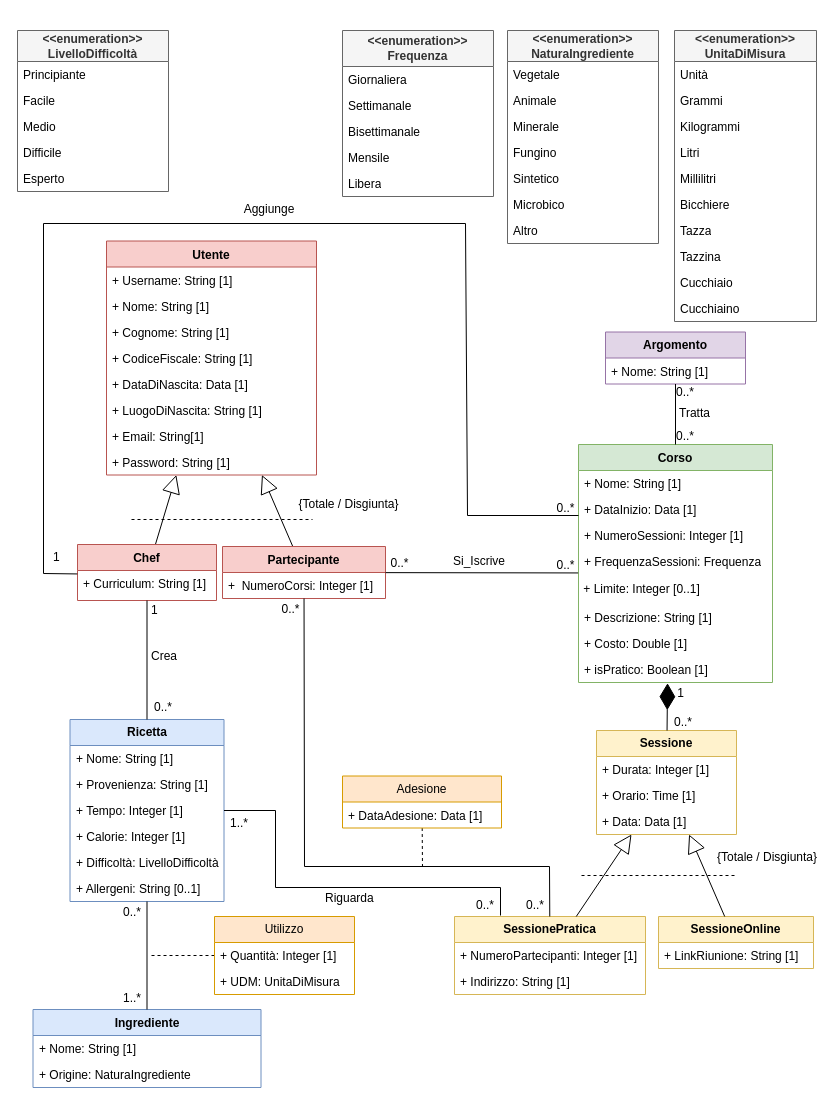
kiyx/UninaFoodLab keeps this draw.io diagram as page "Pagina-1" (1 of 2) of Database/tmp concettuale/UninaFoodLab_UML.drawio. Above is the earlier version. Source tidied: cells renumbered, new cells numbered last; positions are measured from the earlier drawing's top-left corner, leaving out a move shared by most shapes. Both pictures are drawn from the tidied source at 100%, with x=0, y=0 at pixel (17, 30).
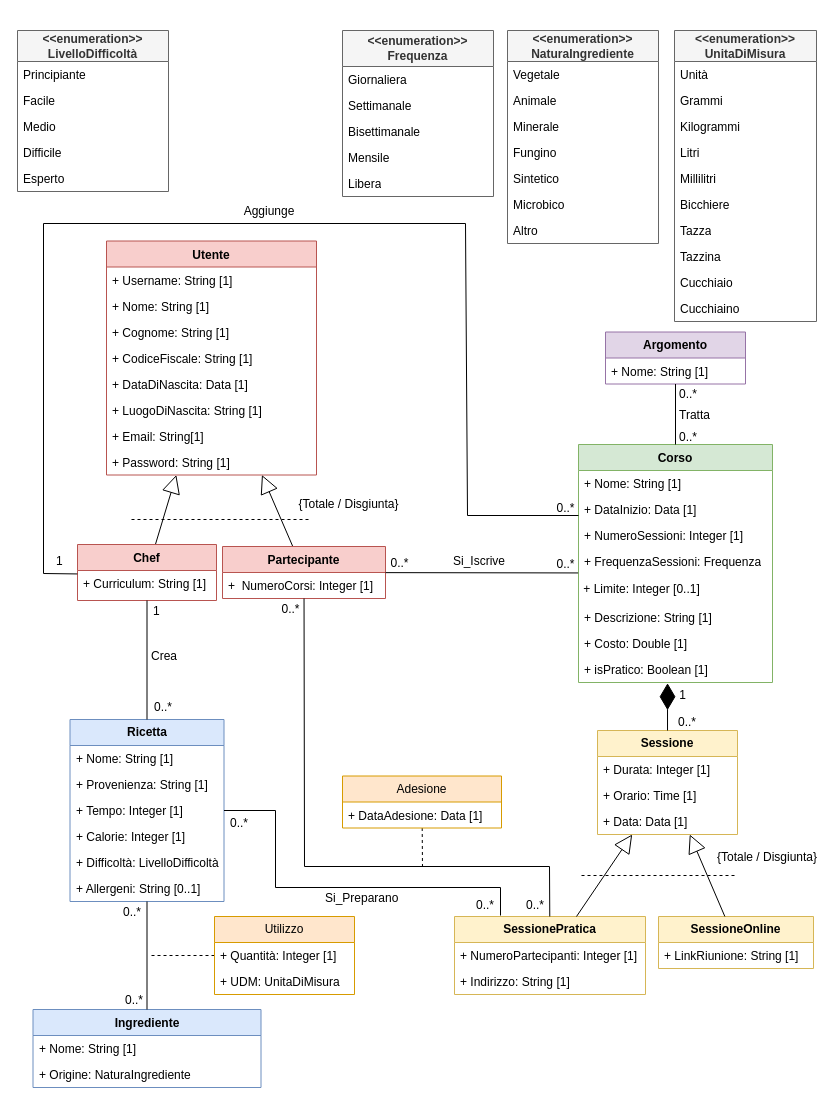
The same page after the edit.

Diff of the diagram source:
```diff
@@
     <mxCell id="22" value="&lt;b&gt;Sessione&lt;/b&gt;" style="swimlane;fontStyle=0;horizontal=1;startSize=26;whiteSpace=wrap;html=1;fillColor=#fff2cc;strokeColor=#d6b656;" parent="1" vertex="1">
-      <mxGeometry x="579" y="700" width="140" height="104" as="geometry" />
+      <mxGeometry x="580" y="700" width="140" height="104" as="geometry" />
     </mxCell>
@@
     <mxCell id="48" style="endArrow=none;dashed=1;html=1;rounded=0;" parent="1" edge="1">
       <mxGeometry relative="1" as="geometry">
         <mxPoint x="114" y="489" as="sourcePoint" />
-        <mxPoint x="295" y="489" as="targetPoint" />
+        <mxPoint x="293" y="489" as="targetPoint" />
       </mxGeometry>
     </mxCell>
@@
     <mxCell id="59" value="0..*" style="edgeLabel;html=1;align=left;verticalAlign=bottom;fontSize=12;" parent="1" vertex="1">
-      <mxGeometry x="655" y="700" as="geometry" />
+      <mxGeometry x="659" y="700" as="geometry" />
     </mxCell>
@@
-    <mxCell id="69" value="1..*" style="edgeLabel;html=1;align=right;verticalAlign=bottom;fontSize=12;" parent="1" vertex="1">
-      <mxGeometry x="124" y="976" as="geometry" />
+    <mxCell id="69" value="0..*" style="edgeLabel;html=1;align=right;verticalAlign=bottom;fontSize=12;" parent="1" vertex="1">
+      <mxGeometry x="126" y="978" as="geometry" />
     </mxCell>
-    <mxCell id="70" value="1..*" style="edgeLabel;html=1;align=right;verticalAlign=bottom;fontSize=12;" parent="1" vertex="1">
+    <mxCell id="70" value="0..*" style="edgeLabel;html=1;align=right;verticalAlign=bottom;fontSize=12;" parent="1" vertex="1">
       <mxGeometry x="313" y="783" as="geometry">
         <mxPoint x="-82" y="18" as="offset" />
       </mxGeometry>
     </mxCell>
@@
     <mxCell id="72" value="Tratta" style="text;html=1;align=center;verticalAlign=middle;strokeColor=none;fillColor=none;" parent="1" vertex="1">
-      <mxGeometry x="652" y="370" width="49" height="26" as="geometry" />
+      <mxGeometry x="652" y="372" width="49" height="26" as="geometry" />
     </mxCell>
@@
     <mxCell id="75" value="1" style="edgeLabel;html=1;align=left;verticalAlign=bottom;fontSize=12;" parent="1" vertex="1">
-      <mxGeometry x="34" y="535" as="geometry" />
+      <mxGeometry x="37" y="539" as="geometry" />
     </mxCell>
     <mxCell id="76" value="Aggiunge" style="text;html=1;align=center;verticalAlign=middle;whiteSpace=wrap;rounded=0;" parent="1" vertex="1">
-      <mxGeometry x="222" y="164" width="60" height="30" as="geometry" />
+      <mxGeometry x="222" y="166" width="60" height="30" as="geometry" />
     </mxCell>
@@
     <mxCell id="78" value="0..*" style="text;html=1;align=center;verticalAlign=middle;strokeColor=none;fillColor=none;" parent="1" vertex="1">
-      <mxGeometry x="530" y="522" width="36" height="26" as="geometry" />
+      <mxGeometry x="530" y="521" width="36" height="26" as="geometry" />
     </mxCell>
@@
     <mxCell id="82" value="0..*" style="text;html=1;align=center;verticalAlign=middle;whiteSpace=wrap;rounded=0;" parent="1" vertex="1">
-      <mxGeometry x="638" y="391" width="60" height="30" as="geometry" />
+      <mxGeometry x="641" y="392" width="60" height="30" as="geometry" />
     </mxCell>
     <mxCell id="83" value="0..*" style="text;html=1;align=center;verticalAlign=middle;whiteSpace=wrap;rounded=0;" parent="1" vertex="1">
-      <mxGeometry x="638" y="347" width="60" height="30" as="geometry" />
+      <mxGeometry x="641" y="349" width="60" height="30" as="geometry" />
     </mxCell>
-    <mxCell id="84" value="Riguarda" style="text;strokeColor=none;fillColor=none;align=left;verticalAlign=top;spacingLeft=4;spacingRight=4;overflow=hidden;whiteSpace=wrap;html=1;" parent="1" vertex="1">
-      <mxGeometry x="302" y="854" width="59" height="26" as="geometry" />
+    <mxCell id="84" value="Si_Preparano" style="text;strokeColor=none;fillColor=none;align=left;verticalAlign=top;spacingLeft=4;spacingRight=4;overflow=hidden;whiteSpace=wrap;html=1;" parent="1" vertex="1">
+      <mxGeometry x="302" y="854" width="92" height="26" as="geometry" />
     </mxCell>
     <mxCell id="85" value="1" style="text;strokeColor=none;fillColor=none;align=left;verticalAlign=top;spacingLeft=4;spacingRight=4;overflow=hidden;whiteSpace=wrap;html=1;" parent="1" vertex="1">
-      <mxGeometry x="128" y="566" width="18" height="26" as="geometry" />
+      <mxGeometry x="130" y="567" width="18" height="26" as="geometry" />
     </mxCell>
@@
     <mxCell id="88" value="1" style="edgeLabel;html=1;align=right;verticalAlign=bottom;fontSize=12;" parent="1" vertex="1">
-      <mxGeometry x="638" y="720" as="geometry">
+      <mxGeometry x="640" y="722" as="geometry">
         <mxPoint x="29" y="-49" as="offset" />
       </mxGeometry>
     </mxCell>
```
